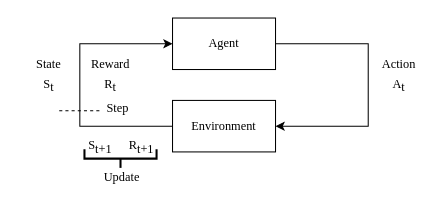
Earlier version of the draw.io diagram Unbenanntes Diagramm.drawio (felixstillger/draw_io). Source tidied: cells renumbered, new cells numbered last; positions are measured from the earlier drawing's top-left corner, leaving out a move shared by most shapes. Both pictures are drawn from the tidied source at 103%, with x=0, y=0 at pixel (18, 18).
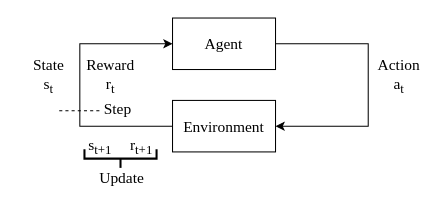
After the change.

The edit, as a diff of the source:
```diff
@@
-    <mxCell id="2" style="edgeStyle=orthogonalEdgeStyle;rounded=0;jettySize=auto;html=1;entryX=1;entryY=0.5;entryDx=0;entryDy=0;fontSize=12;fontFamily=Times New Roman;" parent="1" edge="1" source="3" target="5">
+    <mxCell id="2" style="edgeStyle=orthogonalEdgeStyle;rounded=0;jettySize=auto;html=1;entryX=1;entryY=0.5;entryDx=0;entryDy=0;fontSize=15;fontFamily=Times New Roman;" parent="1" edge="1" source="3" target="5">
       <mxGeometry relative="1" as="geometry">
         <Array as="points">
           <mxPoint x="340" y="25" />
           <mxPoint x="340" y="105" />
         </Array>
       </mxGeometry>
     </mxCell>
-    <mxCell id="3" value="Agent" style="rounded=0;whiteSpace=wrap;html=1;fontSize=12;fontFamily=Times New Roman;" parent="1" vertex="1">
+    <mxCell id="3" value="Agent" style="rounded=0;whiteSpace=wrap;html=1;fontSize=15;fontFamily=Times New Roman;" parent="1" vertex="1">
       <mxGeometry x="150" width="100" height="50" as="geometry" />
     </mxCell>
-    <mxCell id="4" style="edgeStyle=orthogonalEdgeStyle;rounded=0;jettySize=auto;html=1;entryX=0;entryY=0.5;entryDx=0;entryDy=0;fontSize=12;fontFamily=Times New Roman;" parent="1" edge="1" source="5" target="3">
+    <mxCell id="4" style="edgeStyle=orthogonalEdgeStyle;rounded=0;jettySize=auto;html=1;entryX=0;entryY=0.5;entryDx=0;entryDy=0;fontSize=15;fontFamily=Times New Roman;" parent="1" edge="1" source="5" target="3">
       <mxGeometry relative="1" as="geometry">
         <Array as="points">
           <mxPoint x="60" y="105" />
           <mxPoint x="60" y="25" />
         </Array>
       </mxGeometry>
     </mxCell>
-    <mxCell id="5" value="Environment" style="rounded=0;whiteSpace=wrap;html=1;fontSize=12;fontFamily=Times New Roman;" parent="1" vertex="1">
+    <mxCell id="5" value="Environment" style="rounded=0;whiteSpace=wrap;html=1;fontSize=15;fontFamily=Times New Roman;" parent="1" vertex="1">
       <mxGeometry x="150" y="80" width="100" height="50" as="geometry" />
     </mxCell>
-    <mxCell id="6" value="State" style="text;html=1;strokeColor=none;fillColor=none;align=center;verticalAlign=middle;whiteSpace=wrap;rounded=0;fontSize=12;fontFamily=Times New Roman;" parent="1" vertex="1">
+    <mxCell id="6" value="State" style="text;html=1;strokeColor=none;fillColor=none;align=center;verticalAlign=middle;whiteSpace=wrap;rounded=0;fontSize=15;fontFamily=Times New Roman;" parent="1" vertex="1">
       <mxGeometry y="30" width="60" height="30" as="geometry" />
     </mxCell>
-    <mxCell id="7" value="Reward" style="text;html=1;strokeColor=none;fillColor=none;align=center;verticalAlign=middle;whiteSpace=wrap;rounded=0;fontSize=12;fontFamily=Times New Roman;" parent="1" vertex="1">
+    <mxCell id="7" value="Reward" style="text;html=1;strokeColor=none;fillColor=none;align=center;verticalAlign=middle;whiteSpace=wrap;rounded=0;fontSize=15;fontFamily=Times New Roman;" parent="1" vertex="1">
       <mxGeometry x="60" y="30" width="60" height="30" as="geometry" />
     </mxCell>
-    <mxCell id="8" value="Action" style="text;html=1;strokeColor=none;fillColor=none;align=center;verticalAlign=middle;whiteSpace=wrap;rounded=0;fontSize=12;fontFamily=Times New Roman;" parent="1" vertex="1">
+    <mxCell id="8" value="Action" style="text;html=1;strokeColor=none;fillColor=none;align=center;verticalAlign=middle;whiteSpace=wrap;rounded=0;fontSize=15;fontFamily=Times New Roman;" parent="1" vertex="1">
       <mxGeometry x="340" y="30" width="60" height="30" as="geometry" />
     </mxCell>
-    <mxCell id="9" value="S&lt;sub style=&quot;font-size: 12px;&quot;&gt;t&lt;/sub&gt;" style="text;html=1;strokeColor=none;fillColor=none;align=center;verticalAlign=middle;whiteSpace=wrap;rounded=0;fontSize=12;fontFamily=Times New Roman;" parent="1" vertex="1">
+    <mxCell id="9" value="s&lt;sub&gt;t&lt;/sub&gt;" style="text;html=1;strokeColor=none;fillColor=none;align=center;verticalAlign=middle;whiteSpace=wrap;rounded=0;fontSize=15;fontFamily=Times New Roman;" parent="1" vertex="1">
       <mxGeometry y="50" width="60" height="30" as="geometry" />
     </mxCell>
-    <mxCell id="10" value="R&lt;sub style=&quot;font-size: 12px;&quot;&gt;t+1&lt;/sub&gt;" style="text;html=1;strokeColor=none;fillColor=none;align=center;verticalAlign=middle;whiteSpace=wrap;rounded=0;fontSize=12;fontFamily=Times New Roman;" parent="1" vertex="1">
+    <mxCell id="10" value="r&lt;sub&gt;t+1&lt;/sub&gt;" style="text;html=1;strokeColor=none;fillColor=none;align=center;verticalAlign=middle;whiteSpace=wrap;rounded=0;fontSize=15;fontFamily=Times New Roman;" parent="1" vertex="1">
       <mxGeometry x="90" y="110" width="60" height="30" as="geometry" />
     </mxCell>
-    <mxCell id="11" value="A&lt;sub style=&quot;font-size: 12px;&quot;&gt;t&lt;/sub&gt;" style="text;html=1;strokeColor=none;fillColor=none;align=center;verticalAlign=middle;whiteSpace=wrap;rounded=0;fontSize=12;fontFamily=Times New Roman;" parent="1" vertex="1">
+    <mxCell id="11" value="a&lt;sub&gt;t&lt;/sub&gt;" style="text;html=1;strokeColor=none;fillColor=none;align=center;verticalAlign=middle;whiteSpace=wrap;rounded=0;fontSize=15;fontFamily=Times New Roman;" parent="1" vertex="1">
       <mxGeometry x="340" y="50" width="60" height="30" as="geometry" />
     </mxCell>
-    <mxCell id="12" value="R&lt;sub style=&quot;font-size: 12px;&quot;&gt;t&lt;/sub&gt;" style="text;html=1;strokeColor=none;fillColor=none;align=center;verticalAlign=middle;whiteSpace=wrap;rounded=0;fontSize=12;fontFamily=Times New Roman;" parent="1" vertex="1">
+    <mxCell id="12" value="r&lt;sub&gt;t&lt;/sub&gt;" style="text;html=1;strokeColor=none;fillColor=none;align=center;verticalAlign=middle;whiteSpace=wrap;rounded=0;fontSize=15;fontFamily=Times New Roman;" parent="1" vertex="1">
       <mxGeometry x="60" y="50" width="60" height="30" as="geometry" />
     </mxCell>
-    <mxCell id="13" value="S&lt;sub style=&quot;font-size: 12px;&quot;&gt;t+1&lt;/sub&gt;" style="text;html=1;strokeColor=none;fillColor=none;align=center;verticalAlign=middle;whiteSpace=wrap;rounded=0;fontSize=12;fontFamily=Times New Roman;" parent="1" vertex="1">
+    <mxCell id="13" value="s&lt;sub&gt;t+1&lt;/sub&gt;" style="text;html=1;strokeColor=none;fillColor=none;align=center;verticalAlign=middle;whiteSpace=wrap;rounded=0;fontSize=15;fontFamily=Times New Roman;" parent="1" vertex="1">
       <mxGeometry x="50" y="110" width="60" height="30" as="geometry" />
     </mxCell>
-    <mxCell id="14" style="endArrow=none;dashed=1;html=1;rounded=0;fontSize=12;fontFamily=Times New Roman;" parent="1" edge="1">
+    <mxCell id="14" style="endArrow=none;dashed=1;html=1;rounded=0;fontSize=15;fontFamily=Times New Roman;" parent="1" edge="1">
       <mxGeometry relative="1" as="geometry">
         <mxPoint x="40" y="90" as="sourcePoint" />
         <mxPoint x="80" y="90" as="targetPoint" />
       </mxGeometry>
     </mxCell>
-    <mxCell id="15" value="Step" style="text;html=1;strokeColor=none;fillColor=none;align=center;verticalAlign=middle;whiteSpace=wrap;rounded=0;fontSize=12;fontFamily=Times New Roman;" parent="1" vertex="1">
+    <mxCell id="15" value="Step" style="text;html=1;strokeColor=none;fillColor=none;align=center;verticalAlign=middle;whiteSpace=wrap;rounded=0;fontSize=15;fontFamily=Times New Roman;" parent="1" vertex="1">
       <mxGeometry x="67" y="73" width="60" height="30" as="geometry" />
     </mxCell>
-    <mxCell id="16" value="Update" style="text;html=1;strokeColor=none;fillColor=none;align=center;verticalAlign=middle;whiteSpace=wrap;rounded=0;fontSize=12;fontFamily=Times New Roman;" parent="1" vertex="1">
+    <mxCell id="16" value="Update" style="text;html=1;strokeColor=none;fillColor=none;align=center;verticalAlign=middle;whiteSpace=wrap;rounded=0;fontSize=15;fontFamily=Times New Roman;" parent="1" vertex="1">
       <mxGeometry x="71" y="140" width="60" height="30" as="geometry" />
     </mxCell>
-    <mxCell id="17" style="strokeWidth=2;html=1;shape=mxgraph.flowchart.annotation_2;align=left;labelPosition=right;rotation=-90;fontSize=12;fontFamily=Times New Roman;" parent="1" vertex="1">
+    <mxCell id="17" style="strokeWidth=2;html=1;shape=mxgraph.flowchart.annotation_2;align=left;labelPosition=right;rotation=-90;fontSize=15;fontFamily=Times New Roman;" parent="1" vertex="1">
       <mxGeometry x="90.5" y="101.5" width="18" height="70" as="geometry" />
     </mxCell>
```
